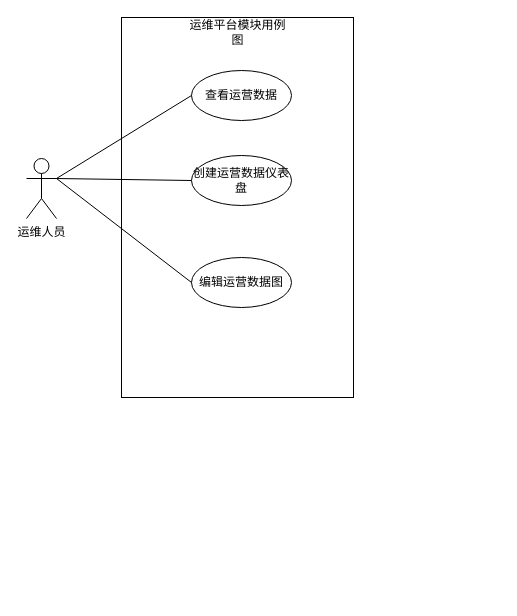
The draw.io diagram 运维平台模块用例图.drawio in qf2020/drawio, before the edit. Source tidied: cells renumbered, new cells numbered last; positions are measured from the earlier drawing's top-left corner, leaving out a move shared by most shapes. Both pictures are drawn from the tidied source at 100%, with x=0, y=0 at pixel (26, 17).
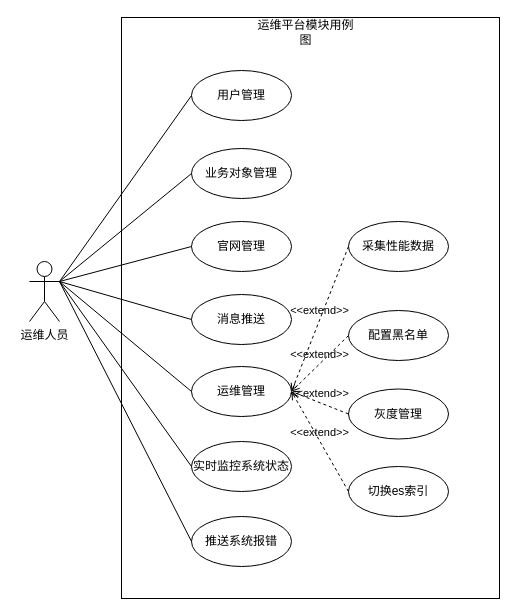
After the change.

Commit message (it also covers changes not shown here):
更新运维平台模块用例图.drawio

Diff of the diagram source:
```diff
@@
     <mxCell id="2" value="运维人员" style="shape=umlActor;verticalLabelPosition=bottom;verticalAlign=top;html=1;" parent="1" vertex="1">
-      <mxGeometry y="141" width="30" height="60" as="geometry" />
+      <mxGeometry x="3" y="244" width="30" height="60" as="geometry" />
     </mxCell>
     <mxCell id="3" style="rounded=0;whiteSpace=wrap;html=1;" parent="1" vertex="1">
-      <mxGeometry x="95" width="232" height="380" as="geometry" />
+      <mxGeometry x="95" width="378" height="581" as="geometry" />
     </mxCell>
     <mxCell id="4" value="运维平台模块用例图" style="text;html=1;align=center;verticalAlign=middle;whiteSpace=wrap;rounded=0;" parent="1" vertex="1">
-      <mxGeometry x="161.5" width="99" height="30" as="geometry" />
+      <mxGeometry x="230" width="99" height="30" as="geometry" />
     </mxCell>
-    <mxCell id="5" value="编辑运营数据图" style="ellipse;whiteSpace=wrap;html=1;" parent="1" vertex="1">
-      <mxGeometry x="165" y="240" width="100" height="50" as="geometry" />
+    <mxCell id="5" value="实时监控系统状态" style="ellipse;whiteSpace=wrap;html=1;" parent="1" vertex="1">
+      <mxGeometry x="165" y="424" width="100" height="50" as="geometry" />
     </mxCell>
@@
-    <mxCell id="7" value="查看运营数据" style="ellipse;whiteSpace=wrap;html=1;" parent="1" vertex="1">
+    <mxCell id="7" value="用户管理" style="ellipse;whiteSpace=wrap;html=1;" parent="1" vertex="1">
       <mxGeometry x="165" y="53" width="100" height="50" as="geometry" />
     </mxCell>
@@
-    <mxCell id="9" value="创建运营数据仪表盘" style="ellipse;whiteSpace=wrap;html=1;" parent="1" vertex="1">
-      <mxGeometry x="165" y="138" width="100" height="50" as="geometry" />
+    <mxCell id="9" value="业务对象管理" style="ellipse;whiteSpace=wrap;html=1;" parent="1" vertex="1">
+      <mxGeometry x="165" y="131" width="100" height="50" as="geometry" />
     </mxCell>
@@
+    <mxCell id="11" value="官网管理" style="ellipse;whiteSpace=wrap;html=1;" parent="1" vertex="1">
+      <mxGeometry x="165" y="204" width="100" height="50" as="geometry" />
+    </mxCell>
+    <mxCell id="12" value="消息推送" style="ellipse;whiteSpace=wrap;html=1;" parent="1" vertex="1">
+      <mxGeometry x="165" y="277" width="100" height="50" as="geometry" />
+    </mxCell>
+    <mxCell id="13" value="运维管理" style="ellipse;whiteSpace=wrap;html=1;" parent="1" vertex="1">
+      <mxGeometry x="165" y="349" width="100" height="50" as="geometry" />
+    </mxCell>
+    <mxCell id="14" value="灰度管理" style="ellipse;whiteSpace=wrap;html=1;" parent="1" vertex="1">
+      <mxGeometry x="322" y="371.5" width="100" height="50" as="geometry" />
+    </mxCell>
+    <mxCell id="15" value="配置黑名单" style="ellipse;whiteSpace=wrap;html=1;" parent="1" vertex="1">
+      <mxGeometry x="322" y="293" width="100" height="50" as="geometry" />
+    </mxCell>
+    <mxCell id="16" value="切换es索引" style="ellipse;whiteSpace=wrap;html=1;" parent="1" vertex="1">
+      <mxGeometry x="322" y="449" width="100" height="50" as="geometry" />
+    </mxCell>
+    <mxCell id="17" value="采集性能数据" style="ellipse;whiteSpace=wrap;html=1;" parent="1" vertex="1">
+      <mxGeometry x="322" y="204" width="100" height="50" as="geometry" />
+    </mxCell>
+    <mxCell id="18" value="推送系统报错" style="ellipse;whiteSpace=wrap;html=1;" parent="1" vertex="1">
+      <mxGeometry x="165" y="499" width="100" height="50" as="geometry" />
+    </mxCell>
+    <mxCell id="19" style="endArrow=none;html=1;rounded=0;entryX=0;entryY=0.5;entryDx=0;entryDy=0;exitX=1;exitY=0.3333333333333333;exitDx=0;exitDy=0;exitPerimeter=0;" parent="1" edge="1" source="2" target="11">
+      <mxGeometry relative="1" as="geometry" />
+    </mxCell>
+    <mxCell id="20" style="endArrow=none;html=1;rounded=0;entryX=0;entryY=0.5;entryDx=0;entryDy=0;exitX=1;exitY=0.3333333333333333;exitDx=0;exitDy=0;exitPerimeter=0;" parent="1" edge="1" source="2" target="12">
+      <mxGeometry relative="1" as="geometry" />
+    </mxCell>
+    <mxCell id="21" style="endArrow=none;html=1;rounded=0;entryX=0;entryY=0.5;entryDx=0;entryDy=0;exitX=1;exitY=0.3333333333333333;exitDx=0;exitDy=0;exitPerimeter=0;" parent="1" edge="1" source="2" target="13">
+      <mxGeometry relative="1" as="geometry" />
+    </mxCell>
+    <mxCell id="22" style="endArrow=none;html=1;rounded=0;entryX=0;entryY=0.5;entryDx=0;entryDy=0;exitX=1;exitY=0.3333333333333333;exitDx=0;exitDy=0;exitPerimeter=0;" parent="1" edge="1" source="2" target="18">
+      <mxGeometry relative="1" as="geometry" />
+    </mxCell>
+    <mxCell id="23" value="&amp;lt;&amp;lt;extend&amp;gt;&amp;gt;" style="html=1;verticalAlign=bottom;labelBackgroundColor=none;endArrow=open;endFill=0;dashed=1;rounded=0;entryX=1;entryY=0.5;entryDx=0;entryDy=0;exitX=0;exitY=0.5;exitDx=0;exitDy=0;" parent="1" edge="1" source="17" target="13">
+      <mxGeometry relative="1" as="geometry" />
+    </mxCell>
+    <mxCell id="24" value="&amp;lt;&amp;lt;extend&amp;gt;&amp;gt;" style="html=1;verticalAlign=bottom;labelBackgroundColor=none;endArrow=open;endFill=0;dashed=1;rounded=0;entryX=1;entryY=0.5;entryDx=0;entryDy=0;exitX=0;exitY=0.5;exitDx=0;exitDy=0;" parent="1" edge="1" source="15" target="13">
+      <mxGeometry relative="1" as="geometry" />
+    </mxCell>
+    <mxCell id="25" value="&amp;lt;&amp;lt;extend&amp;gt;&amp;gt;" style="html=1;verticalAlign=bottom;labelBackgroundColor=none;endArrow=open;endFill=0;dashed=1;rounded=0;entryX=1;entryY=0.5;entryDx=0;entryDy=0;exitX=0;exitY=0.5;exitDx=0;exitDy=0;" parent="1" edge="1" source="14" target="13">
+      <mxGeometry relative="1" as="geometry" />
+    </mxCell>
+    <mxCell id="26" value="&amp;lt;&amp;lt;extend&amp;gt;&amp;gt;" style="html=1;verticalAlign=bottom;labelBackgroundColor=none;endArrow=open;endFill=0;dashed=1;rounded=0;entryX=1;entryY=0.5;entryDx=0;entryDy=0;exitX=0;exitY=0.5;exitDx=0;exitDy=0;" parent="1" edge="1" source="16" target="13">
+      <mxGeometry relative="1" as="geometry" />
+    </mxCell>
```
